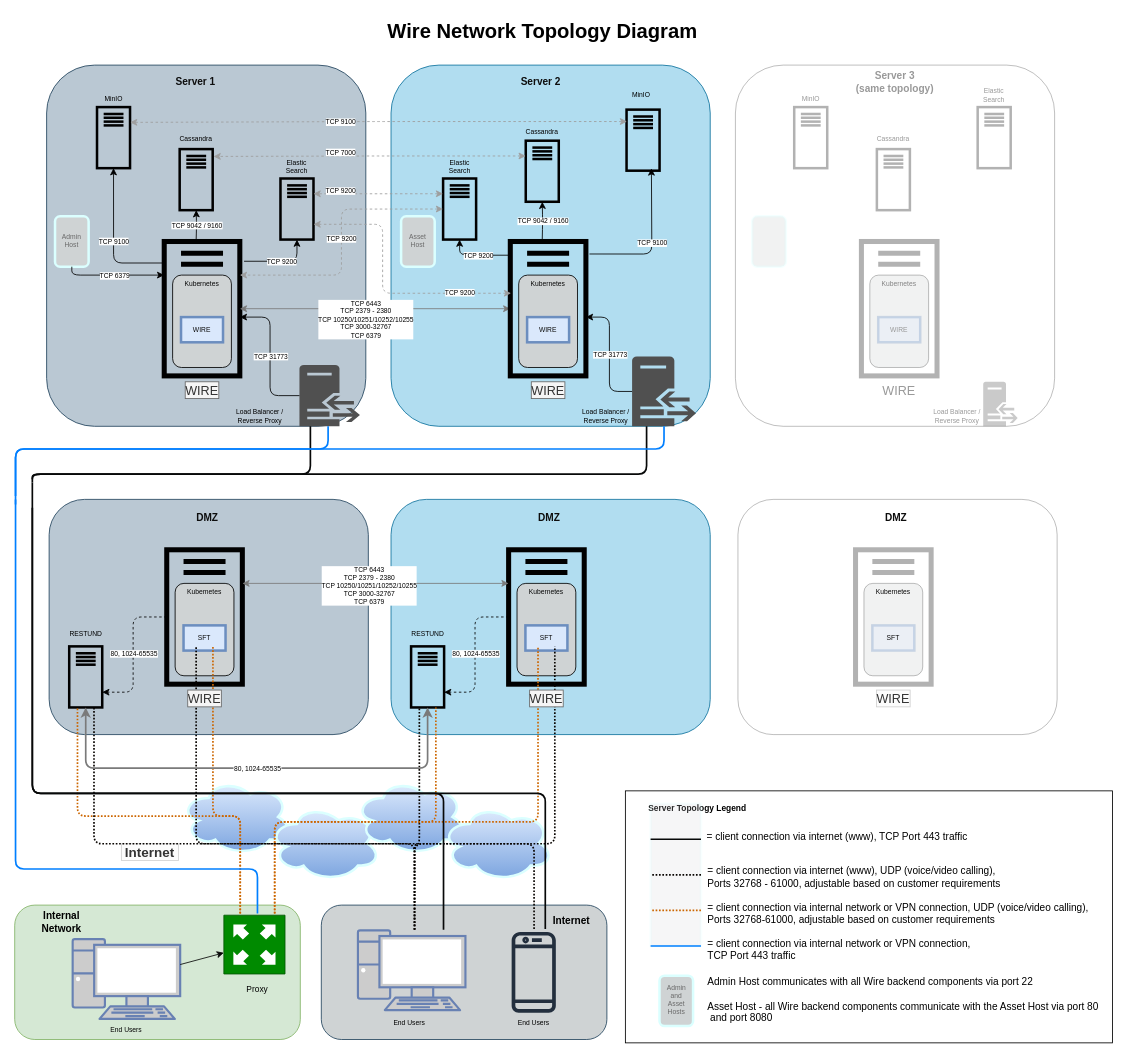
The draw.io diagram src/how-to/install/img/dmz-network-topology.drawio in wireapp/wire-server, before the edit. Source tidied: cells renumbered, new cells numbered last; positions are measured from the earlier drawing's top-left corner, leaving out a move shared by most shapes. Both pictures are drawn from the tidied source at 84%, with x=0, y=0 at pixel (14, 14).
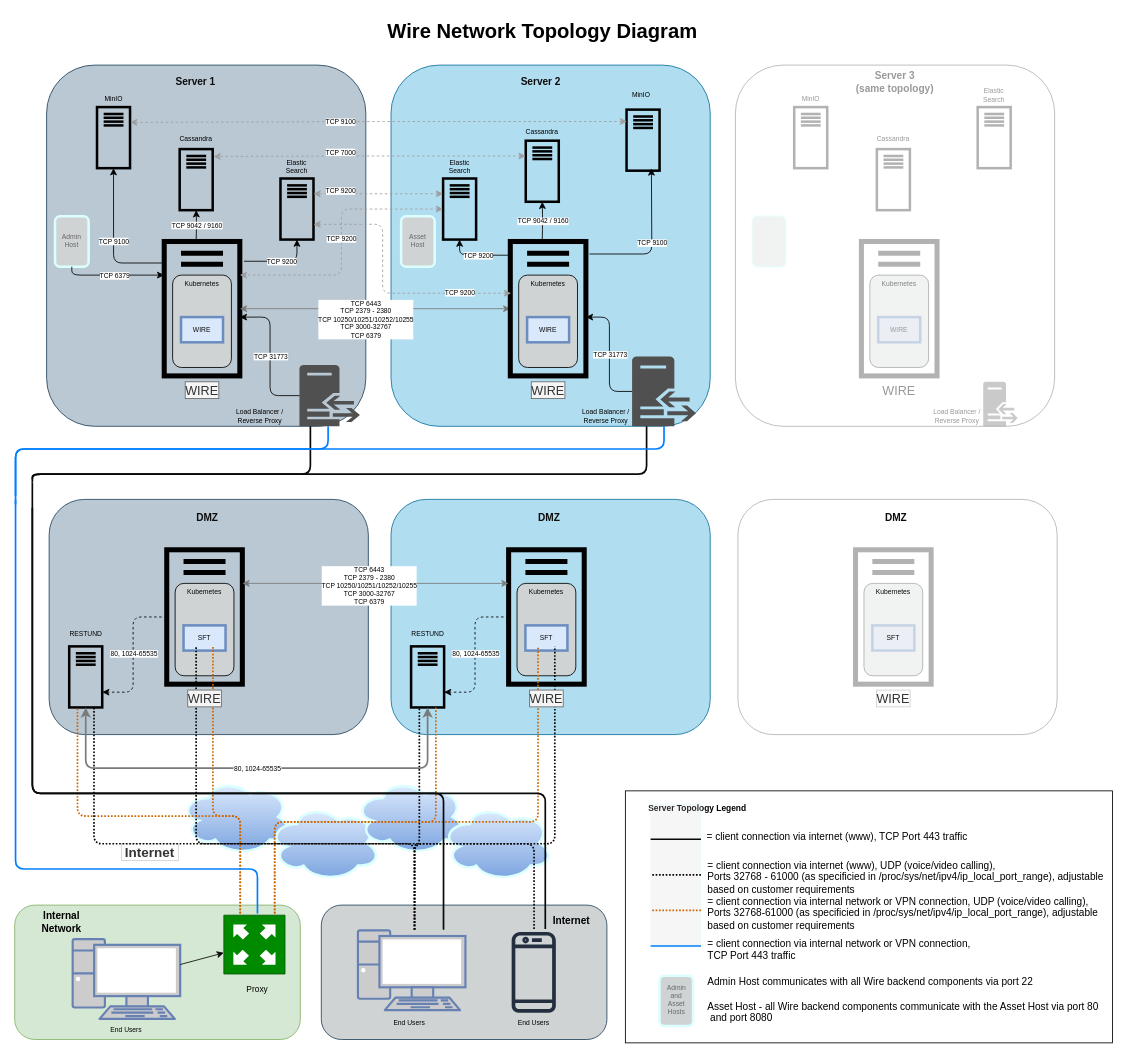
The same diagram, later.

Commit message (it also covers changes not shown here):
add comment in diagrams about port range

The edit, as a diff of the source:
```diff
@@
-    <mxCell id="173" value="&lt;div style=&quot;font-size: 12px&quot;&gt;= client connection via internet (www), UDP (voice/video calling),&lt;/div&gt;&lt;div style=&quot;font-size: 12px&quot;&gt;Ports 32768 - 61000, adjustable based on customer requirements&lt;br style=&quot;font-size: 12px&quot;&gt;&lt;/div&gt;" style="text;html=1;strokeColor=none;fillColor=none;align=left;verticalAlign=middle;whiteSpace=wrap;rounded=0;fontSize=12;fontColor=#000000;opacity=20;" parent="1" vertex="1">
+    <mxCell id="173" value="&lt;div style=&quot;font-size: 12px&quot;&gt;= client connection via internet (www), UDP (voice/video calling),&lt;/div&gt;&lt;div style=&quot;font-size: 12px&quot;&gt;Ports 32768 - 61000 (as specificied in /proc/sys/net/ipv4/ip_local_port_range), adjustable based on customer requirements&lt;br style=&quot;font-size: 12px&quot;&gt;&lt;/div&gt;" style="text;html=1;strokeColor=none;fillColor=none;align=left;verticalAlign=middle;whiteSpace=wrap;rounded=0;fontSize=12;fontColor=#000000;opacity=20;" parent="1" vertex="1">
       <mxGeometry x="823" y="1002" width="484" height="50" as="geometry" />
     </mxCell>
@@
-    <mxCell id="175" value="= client connection via internal network or VPN connection, UDP (voice/video calling),&amp;nbsp;&amp;nbsp;&amp;nbsp;&amp;nbsp;&amp;nbsp;&amp;nbsp;&amp;nbsp;&amp;nbsp; Ports 32768-61000, adjustable based on customer requirements" style="text;html=1;strokeColor=none;fillColor=none;align=left;verticalAlign=middle;whiteSpace=wrap;rounded=0;fontSize=12;fontColor=#000000;opacity=20;" parent="1" vertex="1">
+    <mxCell id="175" value="= client connection via internal network or VPN connection, UDP (voice/video calling),&amp;nbsp;&amp;nbsp;&amp;nbsp;&amp;nbsp;&amp;nbsp;&amp;nbsp;&amp;nbsp;&amp;nbsp; Ports 32768-61000 (as specificied in /proc/sys/net/ipv4/ip_local_port_range), adjustable based on customer requirements" style="text;html=1;strokeColor=none;fillColor=none;align=left;verticalAlign=middle;whiteSpace=wrap;rounded=0;fontSize=12;fontColor=#000000;opacity=20;" parent="1" vertex="1">
       <mxGeometry x="823" y="1045" width="484" height="50" as="geometry" />
     </mxCell>
```
